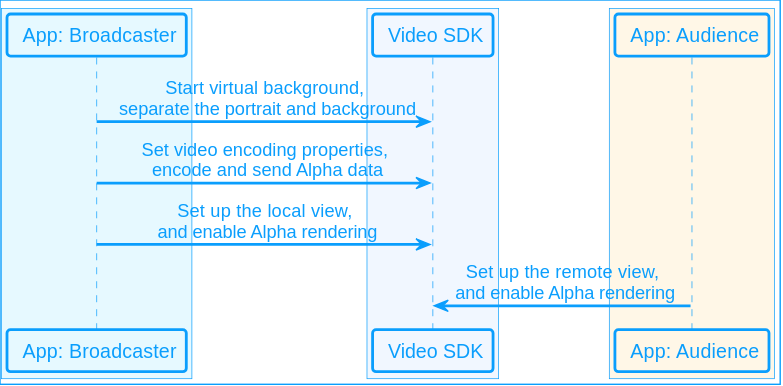
Before: assets/images/rtc-sdk/alpha-transparency-scenario-2.svg, a diagram exported from PlantUML (AgoraIO/Docs-Source).
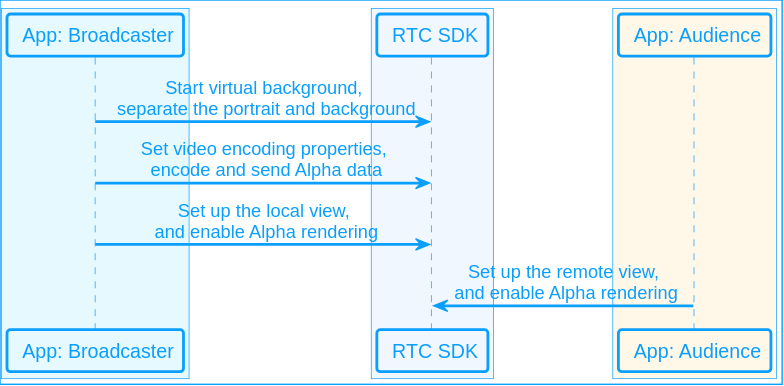
After the change.

The edit, as a diff of the source:
```diff
@@ -5,7 +5,7 @@
 participant "<$app> App: Broadcaster" as app1
 end box
 box #F1F7FF
-participant "<$sdk> Video SDK" as sdk
+participant "<$sdk> RTC SDK" as sdk
 end box
 box #FFF7E7
 participant "<$app-yellow> App: Audience" as app2
```
